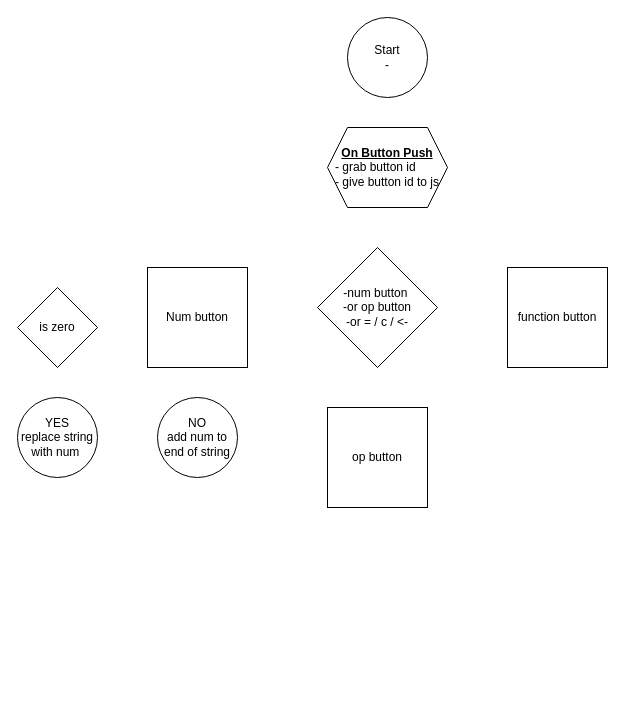
Before: Untitled Diagram.drawio in PeterFillmoreDev/supreme-computing-machine, a draw.io diagram. Source tidied: cells renumbered, new cells numbered last; positions are measured from the earlier drawing's top-left corner, leaving out a move shared by most shapes. Both pictures are drawn from the tidied source at 100%, with x=0, y=0 at pixel (17, 17).
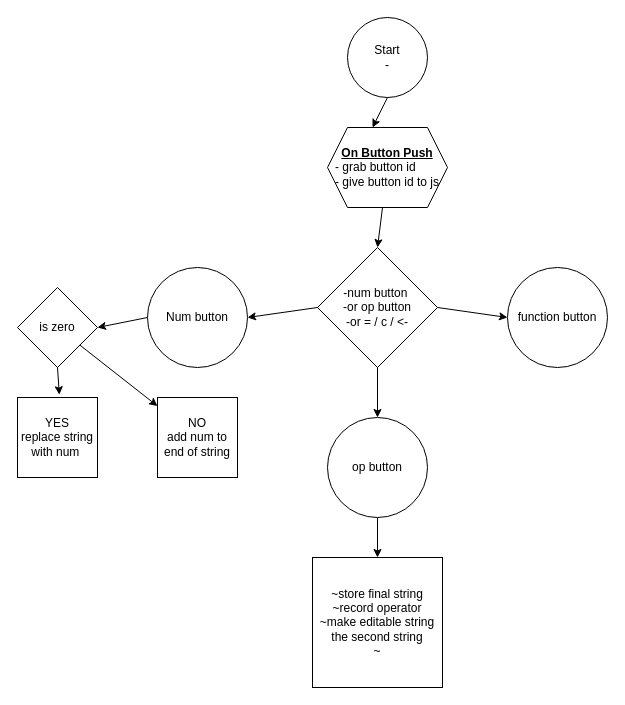
Above is the later version.

Unchanged cells that the change refers to:
```xml
<mxCell id="2" value="Start&lt;br&gt;-" style="ellipse;whiteSpace=wrap;html=1;" parent="1" vertex="1">
  <mxGeometry x="330" width="80" height="80" as="geometry" />
</mxCell>
<mxCell id="3" value="&lt;u style=&quot;font-weight: bold&quot;&gt;On Button Push&lt;/u&gt;&lt;br&gt;&lt;div style=&quot;text-align: left&quot;&gt;&lt;span&gt;- grab button id&lt;/span&gt;&lt;/div&gt;&lt;div style=&quot;text-align: left&quot;&gt;&lt;span&gt;- give button id to js&lt;/span&gt;&lt;/div&gt;" style="shape=hexagon;perimeter=hexagonPerimeter2;whiteSpace=wrap;html=1;fixedSize=1;align=center;" parent="1" vertex="1">
  <mxGeometry x="310" y="110" width="120" height="80" as="geometry" />
</mxCell>
<mxCell id="4" value="-num button&amp;nbsp;&lt;br&gt;-or op button &lt;br&gt;-or = / c / &amp;lt;-" style="rhombus;whiteSpace=wrap;html=1;align=center;" parent="1" vertex="1">
  <mxGeometry x="300" y="230" width="120" height="120" as="geometry" />
</mxCell>
<mxCell id="8" value="is zero" style="rhombus;whiteSpace=wrap;html=1;" parent="1" vertex="1">
  <mxGeometry y="270" width="80" height="80" as="geometry" />
</mxCell>
```

What changed in the source:
```diff
@@
-    <mxCell id="5" value="Num button" style="whiteSpace=wrap;html=1;" parent="1" vertex="1">
+    <mxCell id="5" value="Num button" style="ellipse;whiteSpace=wrap;html=1;fontFamily=Helvetica;fontSize=12;fontColor=rgb(0, 0, 0);align=center;strokeColor=rgb(0, 0, 0);fillColor=rgb(255, 255, 255);" parent="1" vertex="1">
       <mxGeometry x="130" y="250" width="100" height="100" as="geometry" />
     </mxCell>
+    <mxCell id="11" style="edgeStyle=orthogonalEdgeStyle;rounded=0;jettySize=auto;html=1;exitX=0.5;exitY=1;exitDx=0;exitDy=0;" parent="1" edge="1" source="6" target="20">
+      <mxGeometry relative="1" as="geometry" />
+    </mxCell>
-    <mxCell id="6" value="op button" style="whiteSpace=wrap;html=1;" parent="1" vertex="1">
-      <mxGeometry x="310" y="390" width="100" height="100" as="geometry" />
+    <mxCell id="6" value="op button" style="ellipse;whiteSpace=wrap;html=1;fontFamily=Helvetica;fontSize=12;fontColor=rgb(0, 0, 0);align=center;strokeColor=rgb(0, 0, 0);fillColor=rgb(255, 255, 255);" parent="1" vertex="1">
+      <mxGeometry x="310" y="400" width="100" height="100" as="geometry" />
     </mxCell>
-    <mxCell id="7" value="function button" style="whiteSpace=wrap;html=1;" parent="1" vertex="1">
+    <mxCell id="7" value="function button" style="ellipse;whiteSpace=wrap;html=1;fontFamily=Helvetica;fontSize=12;fontColor=rgb(0, 0, 0);align=center;strokeColor=rgb(0, 0, 0);fillColor=rgb(255, 255, 255);" parent="1" vertex="1">
       <mxGeometry x="490" y="250" width="100" height="100" as="geometry" />
     </mxCell>
@@
-    <mxCell id="9" value="YES&lt;br&gt;replace string with num&amp;nbsp;" style="ellipse;whiteSpace=wrap;html=1;" parent="1" vertex="1">
+    <mxCell id="9" value="YES&lt;br&gt;replace string with num&amp;nbsp;" style="whiteSpace=wrap;html=1;fontFamily=Helvetica;fontSize=12;fontColor=rgb(0, 0, 0);align=center;strokeColor=rgb(0, 0, 0);fillColor=rgb(255, 255, 255);" parent="1" vertex="1">
       <mxGeometry y="380" width="80" height="80" as="geometry" />
     </mxCell>
-    <mxCell id="10" value="NO&lt;br&gt;add num to end of string" style="ellipse;whiteSpace=wrap;html=1;" parent="1" vertex="1">
+    <mxCell id="10" value="NO&lt;br&gt;add num to end of string" style="whiteSpace=wrap;html=1;fontFamily=Helvetica;fontSize=12;fontColor=rgb(0, 0, 0);align=center;strokeColor=rgb(0, 0, 0);fillColor=rgb(255, 255, 255);" parent="1" vertex="1">
       <mxGeometry x="140" y="380" width="80" height="80" as="geometry" />
     </mxCell>
+    <mxCell id="12" style="endArrow=classic;html=1;rounded=0;exitX=0.5;exitY=1;exitDx=0;exitDy=0;entryX=0.375;entryY=0;entryDx=0;entryDy=0;" parent="1" edge="1" source="2" target="3">
+      <mxGeometry relative="1" as="geometry" />
+    </mxCell>
+    <mxCell id="13" style="endArrow=classic;html=1;rounded=0;entryX=0.5;entryY=0;entryDx=0;entryDy=0;" parent="1" edge="1" source="3" target="4">
+      <mxGeometry relative="1" as="geometry" />
+    </mxCell>
+    <mxCell id="14" style="endArrow=classic;html=1;rounded=0;exitX=0;exitY=0.5;exitDx=0;exitDy=0;entryX=1;entryY=0.5;entryDx=0;entryDy=0;" parent="1" edge="1" source="4" target="5">
+      <mxGeometry relative="1" as="geometry" />
+    </mxCell>
+    <mxCell id="15" style="endArrow=classic;html=1;rounded=0;entryX=1;entryY=0.5;entryDx=0;entryDy=0;exitX=0;exitY=0.5;exitDx=0;exitDy=0;" parent="1" edge="1" source="5" target="8">
+      <mxGeometry relative="1" as="geometry" />
+    </mxCell>
+    <mxCell id="16" style="endArrow=classic;html=1;rounded=0;entryX=0.523;entryY=-0.035;entryDx=0;entryDy=0;exitX=0.5;exitY=1;exitDx=0;exitDy=0;entryPerimeter=0;" parent="1" edge="1" source="8" target="9">
+      <mxGeometry relative="1" as="geometry" />
+    </mxCell>
+    <mxCell id="17" style="endArrow=classic;html=1;rounded=0;" parent="1" edge="1" source="8" target="10">
+      <mxGeometry relative="1" as="geometry" />
+    </mxCell>
+    <mxCell id="18" style="endArrow=classic;html=1;rounded=0;exitX=0.5;exitY=1;exitDx=0;exitDy=0;" parent="1" edge="1" source="4" target="6">
+      <mxGeometry relative="1" as="geometry" />
+    </mxCell>
+    <mxCell id="19" style="endArrow=classic;html=1;rounded=0;exitX=1;exitY=0.5;exitDx=0;exitDy=0;entryX=0;entryY=0.5;entryDx=0;entryDy=0;" parent="1" edge="1" source="4" target="7">
+      <mxGeometry relative="1" as="geometry" />
+    </mxCell>
+    <mxCell id="20" value="~store final string&lt;br&gt;~record operator&lt;br&gt;~make editable string the second string&lt;br&gt;~" style="whiteSpace=wrap;html=1;" parent="1" vertex="1">
+      <mxGeometry x="295" y="540" width="130" height="130" as="geometry" />
+    </mxCell>
```
